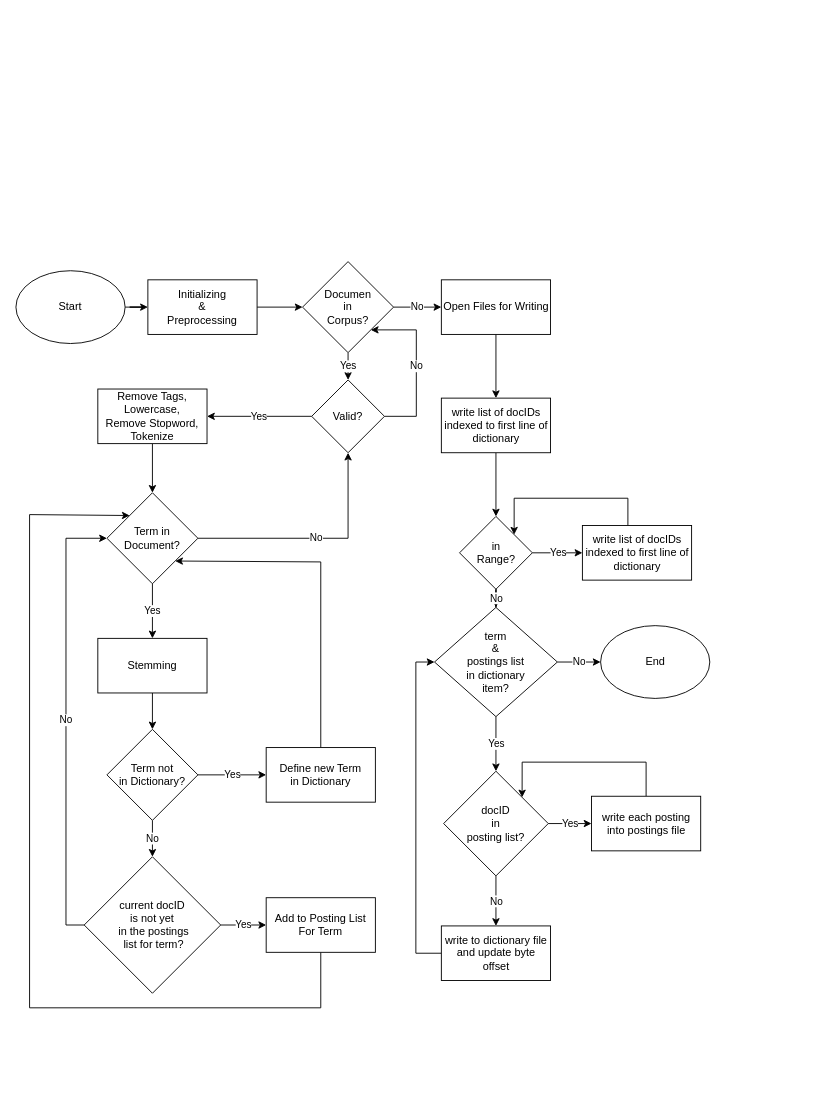
This is Index.drawio from eliteraihan/boolean-retrieval-engine, a draw.io file, before an edit. Source tidied: cells renumbered, new cells numbered last; positions are measured from the earlier drawing's top-left corner, leaving out a move shared by most shapes. Both pictures are drawn from the tidied source at 91%, with x=0, y=0 at pixel (15, 261).
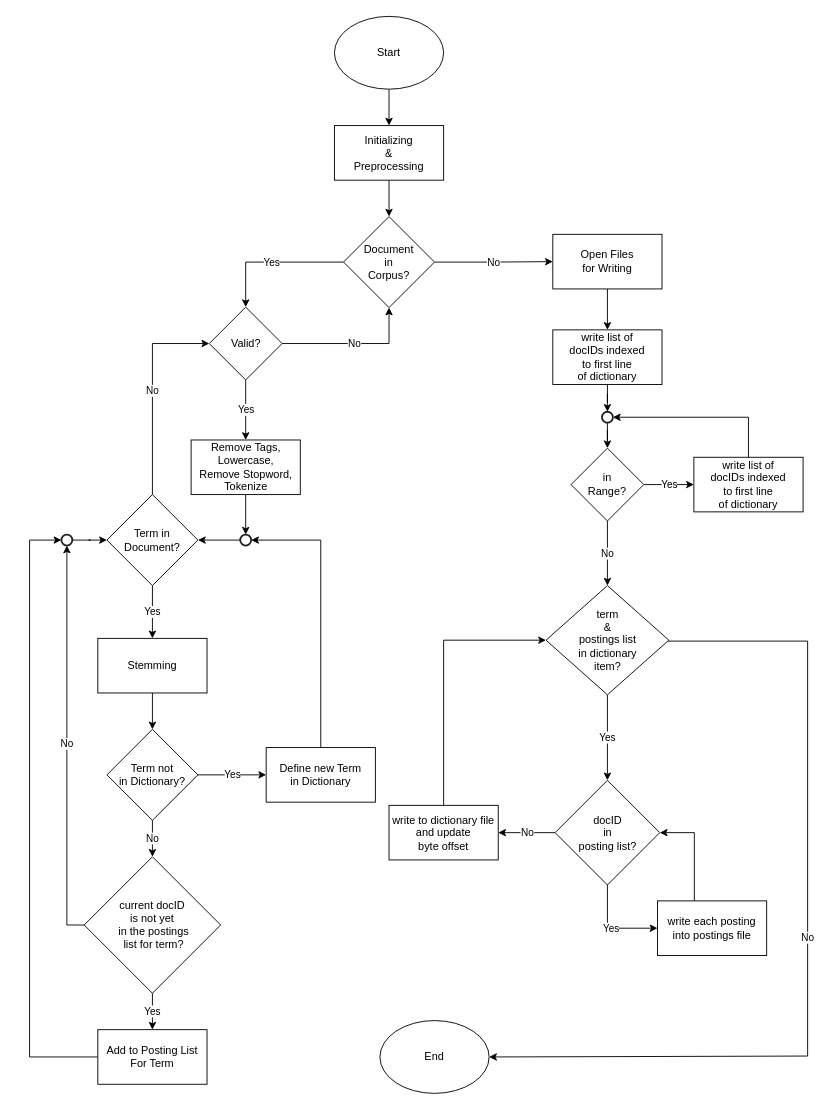
The same diagram, later.

The change refers to these unchanged cells:
```xml
<mxCell id="19" value="Define new Term&lt;br&gt;in Dictionary" style="rounded=0;whiteSpace=wrap;html=1;" parent="1" vertex="1">
  <mxGeometry x="275" y="534" width="120" height="60" as="geometry" />
</mxCell>
<mxCell id="22" value="current docID&lt;br&gt;is not yet&lt;br&gt;&amp;nbsp;in the postings&lt;br&gt;&amp;nbsp;list for term?" style="rhombus;whiteSpace=wrap;html=1;" parent="1" vertex="1">
  <mxGeometry x="75" y="654" width="150" height="150" as="geometry" />
</mxCell>
```

What changed in the source:
```diff
@@
     <mxCell id="3" value="Start" style="ellipse;whiteSpace=wrap;html=1;" parent="1" vertex="1">
-      <mxGeometry y="10" width="120" height="80" as="geometry" />
+      <mxGeometry x="350" y="-269.5" width="120" height="80" as="geometry" />
     </mxCell>
@@
     <mxCell id="5" value="Initializing&lt;br&gt;&amp;amp;&lt;br&gt;Preprocessing" style="rounded=0;whiteSpace=wrap;html=1;" parent="1" vertex="1">
-      <mxGeometry x="145" y="20" width="120" height="60" as="geometry" />
+      <mxGeometry x="350" y="-149.5" width="120" height="60" as="geometry" />
     </mxCell>
-    <mxCell id="6" value="Yes" style="edgeStyle=orthogonalEdgeStyle;rounded=0;jettySize=auto;html=1;" parent="1" edge="1" source="8" target="11">
-      <mxGeometry relative="1" as="geometry" />
+    <mxCell id="6" value="Yes" style="edgeStyle=orthogonalEdgeStyle;rounded=0;jettySize=auto;html=1;entryX=0.5;entryY=0;entryDx=0;entryDy=0;" parent="1" edge="1" source="8" target="11">
+      <mxGeometry relative="1" as="geometry">
+        <Array as="points">
+          <mxPoint x="252" />
+        </Array>
+      </mxGeometry>
     </mxCell>
@@
-    <mxCell id="8" value="Documen&lt;br&gt;in&lt;br&gt;Corpus?" style="rhombus;whiteSpace=wrap;html=1;" parent="1" vertex="1">
-      <mxGeometry x="315" width="100" height="100" as="geometry" />
+    <mxCell id="8" value="Document&lt;br&gt;in&lt;br&gt;Corpus?" style="rhombus;whiteSpace=wrap;html=1;" parent="1" vertex="1">
+      <mxGeometry x="360" y="-49.5" width="100" height="100" as="geometry" />
     </mxCell>
-    <mxCell id="9" value="Yes" style="edgeStyle=orthogonalEdgeStyle;rounded=0;jettySize=auto;html=1;" parent="1" edge="1" source="11" target="28">
+    <mxCell id="9" value="Yes" style="edgeStyle=orthogonalEdgeStyle;rounded=0;jettySize=auto;html=1;exitX=0.5;exitY=1;exitDx=0;exitDy=0;" parent="1" edge="1" source="11" target="28">
       <mxGeometry relative="1" as="geometry" />
     </mxCell>
-    <mxCell id="10" value="No" style="edgeStyle=orthogonalEdgeStyle;rounded=0;jettySize=auto;html=1;entryX=1;entryY=1;entryDx=0;entryDy=0;" parent="1" edge="1" source="11" target="8">
+    <mxCell id="10" value="No" style="edgeStyle=orthogonalEdgeStyle;rounded=0;jettySize=auto;html=1;entryX=0.5;entryY=1;entryDx=0;entryDy=0;" parent="1" edge="1" source="11" target="8">
       <mxGeometry relative="1" as="geometry">
         <Array as="points">
-          <mxPoint x="440" y="170" />
-          <mxPoint x="440" y="75" />
+          <mxPoint x="410" y="90" />
         </Array>
       </mxGeometry>
     </mxCell>
     <mxCell id="11" value="Valid?" style="rhombus;whiteSpace=wrap;html=1;" parent="1" vertex="1">
-      <mxGeometry x="325" y="130" width="80" height="80" as="geometry" />
+      <mxGeometry x="212.5" y="50" width="80" height="80" as="geometry" />
     </mxCell>
@@
-    <mxCell id="13" value="No" style="edgeStyle=orthogonalEdgeStyle;rounded=0;jettySize=auto;html=1;entryX=0.5;entryY=1;entryDx=0;entryDy=0;" parent="1" edge="1" source="14" target="11">
+    <mxCell id="13" value="No" style="edgeStyle=orthogonalEdgeStyle;rounded=0;jettySize=auto;html=1;entryX=0;entryY=0.5;entryDx=0;entryDy=0;exitX=0.5;exitY=0;exitDx=0;exitDy=0;" parent="1" edge="1" source="14" target="11">
       <mxGeometry relative="1" as="geometry" />
     </mxCell>
     <mxCell id="14" value="Term in&lt;br&gt;Document?" style="rhombus;whiteSpace=wrap;html=1;" parent="1" vertex="1">
-      <mxGeometry x="100" y="254" width="100" height="100" as="geometry" />
+      <mxGeometry x="100" y="256" width="100" height="100" as="geometry" />
     </mxCell>
@@
-    <mxCell id="18" style="edgeStyle=orthogonalEdgeStyle;rounded=0;jettySize=auto;html=1;entryX=1;entryY=1;entryDx=0;entryDy=0;" parent="1" edge="1" source="19" target="14">
+    <mxCell id="18" style="edgeStyle=orthogonalEdgeStyle;rounded=0;jettySize=auto;html=1;entryX=1;entryY=0.5;entryDx=0;entryDy=0;entryPerimeter=0;" parent="1" edge="1" source="19" target="52">
       <mxGeometry relative="1" as="geometry">
         <Array as="points">
-          <mxPoint x="335" y="330" />
+          <mxPoint x="335" y="306" />
         </Array>
       </mxGeometry>
     </mxCell>
@@
-    <mxCell id="21" value="No" style="edgeStyle=orthogonalEdgeStyle;rounded=0;jettySize=auto;html=1;entryX=0;entryY=0.5;entryDx=0;entryDy=0;" parent="1" edge="1" source="22" target="14">
+    <mxCell id="21" value="No" style="edgeStyle=orthogonalEdgeStyle;rounded=0;jettySize=auto;html=1;entryX=0.5;entryY=1;entryDx=0;entryDy=0;entryPerimeter=0;" parent="1" edge="1" source="22" target="50">
       <mxGeometry relative="1" as="geometry">
         <Array as="points">
-          <mxPoint x="55" y="729" />
-          <mxPoint x="55" y="304" />
+          <mxPoint x="56" y="729" />
         </Array>
       </mxGeometry>
     </mxCell>
@@
-    <mxCell id="23" style="edgeStyle=orthogonalEdgeStyle;rounded=0;jettySize=auto;html=1;entryX=0;entryY=0;entryDx=0;entryDy=0;" parent="1" edge="1" source="24" target="14">
+    <mxCell id="23" style="edgeStyle=orthogonalEdgeStyle;rounded=0;jettySize=auto;html=1;entryX=0;entryY=0.5;entryDx=0;entryDy=0;entryPerimeter=0;exitX=0;exitY=0.5;exitDx=0;exitDy=0;" parent="1" edge="1" source="24" target="50">
       <mxGeometry relative="1" as="geometry">
         <Array as="points">
-          <mxPoint x="335" y="820" />
-          <mxPoint x="15" y="820" />
-          <mxPoint x="15" y="278" />
+          <mxPoint x="15" y="874" />
+          <mxPoint x="15" y="306" />
         </Array>
       </mxGeometry>
     </mxCell>
     <mxCell id="24" value="Add to Posting List For Term" style="rounded=0;whiteSpace=wrap;html=1;" parent="1" vertex="1">
-      <mxGeometry x="275" y="699" width="120" height="60" as="geometry" />
+      <mxGeometry x="90" y="844" width="120" height="60" as="geometry" />
     </mxCell>
@@
-    <mxCell id="27" style="edgeStyle=orthogonalEdgeStyle;rounded=0;jettySize=auto;html=1;" parent="1" edge="1" source="28" target="14">
-      <mxGeometry relative="1" as="geometry" />
+    <mxCell id="27" style="edgeStyle=orthogonalEdgeStyle;rounded=0;jettySize=auto;html=1;entryX=0.5;entryY=0;entryDx=0;entryDy=0;entryPerimeter=0;exitX=0.5;exitY=1;exitDx=0;exitDy=0;" parent="1" edge="1" source="28" target="52">
+      <mxGeometry relative="1" as="geometry">
+        <Array as="points">
+          <mxPoint x="252" y="300" />
+          <mxPoint x="252" y="300" />
+        </Array>
+      </mxGeometry>
     </mxCell>
     <mxCell id="28" value="Remove Tags,&lt;br&gt;Lowercase,&lt;br&gt;Remove Stopword,&lt;br&gt;Tokenize" style="rounded=0;whiteSpace=wrap;html=1;" parent="1" vertex="1">
-      <mxGeometry x="90" y="140" width="120" height="60" as="geometry" />
+      <mxGeometry x="192.5" y="196" width="120" height="60" as="geometry" />
     </mxCell>
@@
-    <mxCell id="30" value="Open Files for Writing" style="rounded=0;whiteSpace=wrap;html=1;" parent="1" vertex="1">
-      <mxGeometry x="467.5" y="20" width="120" height="60" as="geometry" />
+    <mxCell id="30" value="Open Files&lt;br&gt;for Writing" style="rounded=0;whiteSpace=wrap;html=1;" parent="1" vertex="1">
+      <mxGeometry x="590" y="-30" width="120" height="60" as="geometry" />
     </mxCell>
-    <mxCell id="31" style="edgeStyle=orthogonalEdgeStyle;rounded=0;jettySize=auto;html=1;" parent="1" edge="1" source="32" target="35">
+    <mxCell id="31" style="edgeStyle=orthogonalEdgeStyle;rounded=0;jettySize=auto;html=1;entryX=0;entryY=0.5;entryDx=0;entryDy=0;entryPerimeter=0;" parent="1" edge="1" source="32" target="54">
       <mxGeometry relative="1" as="geometry" />
     </mxCell>
-    <mxCell id="32" value="write list of docIDs indexed to first line of dictionary&lt;br&gt;" style="rounded=0;whiteSpace=wrap;html=1;" parent="1" vertex="1">
-      <mxGeometry x="467.5" y="150" width="120" height="60" as="geometry" />
+    <mxCell id="32" value="write list of&lt;br&gt;docIDs indexed&lt;br&gt;to first line&lt;br&gt;of dictionary" style="rounded=0;whiteSpace=wrap;html=1;" parent="1" vertex="1">
+      <mxGeometry x="590" y="75" width="120" height="60" as="geometry" />
     </mxCell>
@@
     <mxCell id="35" value="in&lt;br&gt;Range?" style="rhombus;whiteSpace=wrap;html=1;" parent="1" vertex="1">
-      <mxGeometry x="487.5" y="280" width="80" height="80" as="geometry" />
+      <mxGeometry x="610" y="205" width="80" height="80" as="geometry" />
     </mxCell>
-    <mxCell id="36" style="edgeStyle=orthogonalEdgeStyle;rounded=0;jettySize=auto;html=1;entryX=1;entryY=0;entryDx=0;entryDy=0;" parent="1" edge="1" source="37" target="35">
+    <mxCell id="36" style="edgeStyle=orthogonalEdgeStyle;rounded=0;jettySize=auto;html=1;entryX=0.5;entryY=0;entryDx=0;entryDy=0;entryPerimeter=0;" parent="1" edge="1" source="37" target="54">
       <mxGeometry relative="1" as="geometry">
         <Array as="points">
-          <mxPoint x="672.5" y="260" />
-          <mxPoint x="547.5" y="260" />
+          <mxPoint x="804.5" y="171" />
         </Array>
       </mxGeometry>
     </mxCell>
-    <mxCell id="37" value="write list of docIDs indexed to first line of dictionary&lt;br&gt;" style="rounded=0;whiteSpace=wrap;html=1;" parent="1" vertex="1">
-      <mxGeometry x="622.5" y="290" width="120" height="60" as="geometry" />
+    <mxCell id="37" value="write list of&lt;br&gt;docIDs indexed&lt;br&gt;to first line&lt;br&gt;of dictionary" style="rounded=0;whiteSpace=wrap;html=1;" parent="1" vertex="1">
+      <mxGeometry x="745" y="215" width="120" height="60" as="geometry" />
     </mxCell>
@@
-    <mxCell id="39" value="No" style="edgeStyle=orthogonalEdgeStyle;rounded=0;jettySize=auto;html=1;" parent="1" edge="1" source="40" target="46">
-      <mxGeometry relative="1" as="geometry" />
+    <mxCell id="39" value="No" style="edgeStyle=orthogonalEdgeStyle;rounded=0;jettySize=auto;html=1;entryX=1;entryY=0.5;entryDx=0;entryDy=0;" parent="1" edge="1" source="40" target="46">
+      <mxGeometry relative="1" as="geometry">
+        <Array as="points">
+          <mxPoint x="870" y="417" />
+          <mxPoint x="870" y="873" />
+        </Array>
+      </mxGeometry>
     </mxCell>
     <mxCell id="40" value="term&lt;br&gt;&amp;amp;&lt;br&gt;postings list&lt;br&gt;in dictionary&lt;br&gt;item?" style="rhombus;whiteSpace=wrap;html=1;" parent="1" vertex="1">
-      <mxGeometry x="460" y="380" width="135" height="120" as="geometry" />
+      <mxGeometry x="582.5" y="356" width="135" height="120" as="geometry" />
     </mxCell>
-    <mxCell id="41" value="Yes" style="edgeStyle=orthogonalEdgeStyle;rounded=0;jettySize=auto;html=1;" parent="1" edge="1" source="43" target="45">
-      <mxGeometry relative="1" as="geometry">
-        <Array as="points">
-          <mxPoint x="682.5" y="605" />
-        </Array>
-      </mxGeometry>
+    <mxCell id="41" value="Yes" style="edgeStyle=orthogonalEdgeStyle;rounded=0;jettySize=auto;html=1;entryX=0;entryY=0.5;entryDx=0;entryDy=0;" parent="1" edge="1" source="43" target="45">
+      <mxGeometry relative="1" as="geometry" />
     </mxCell>
@@
     <mxCell id="43" value="docID&lt;br&gt;in&lt;br&gt;posting list?" style="rhombus;whiteSpace=wrap;html=1;" parent="1" vertex="1">
-      <mxGeometry x="470" y="560" width="115" height="115" as="geometry" />
+      <mxGeometry x="592.5" y="570" width="115" height="115" as="geometry" />
     </mxCell>
-    <mxCell id="44" style="edgeStyle=orthogonalEdgeStyle;rounded=0;jettySize=auto;html=1;entryX=1;entryY=0;entryDx=0;entryDy=0;" parent="1" edge="1" source="45" target="43">
+    <mxCell id="44" style="edgeStyle=orthogonalEdgeStyle;rounded=0;jettySize=auto;html=1;entryX=1;entryY=0.5;entryDx=0;entryDy=0;" parent="1" edge="1" source="45" target="43">
       <mxGeometry relative="1" as="geometry">
         <Array as="points">
-          <mxPoint x="692.5" y="550" />
-          <mxPoint x="556.5" y="550" />
+          <mxPoint x="745.5" y="627.5" />
         </Array>
       </mxGeometry>
     </mxCell>
     <mxCell id="45" value="write each posting into postings file&lt;br&gt;" style="rounded=0;whiteSpace=wrap;html=1;" parent="1" vertex="1">
-      <mxGeometry x="632.5" y="587.5" width="120" height="60" as="geometry" />
+      <mxGeometry x="705" y="702.5" width="120" height="60" as="geometry" />
     </mxCell>
     <mxCell id="46" value="End" style="ellipse;whiteSpace=wrap;html=1;" parent="1" vertex="1">
-      <mxGeometry x="642.5" y="400" width="120" height="80" as="geometry" />
+      <mxGeometry x="400" y="834" width="120" height="80" as="geometry" />
     </mxCell>
-    <mxCell id="47" style="edgeStyle=orthogonalEdgeStyle;rounded=0;jettySize=auto;html=1;entryX=0;entryY=0.5;entryDx=0;entryDy=0;" parent="1" edge="1" source="48" target="40">
+    <mxCell id="47" style="edgeStyle=orthogonalEdgeStyle;rounded=0;jettySize=auto;html=1;entryX=0;entryY=0.5;entryDx=0;entryDy=0;exitX=0.5;exitY=0;exitDx=0;exitDy=0;" parent="1" edge="1" source="48" target="40">
       <mxGeometry relative="1" as="geometry">
         <Array as="points">
-          <mxPoint x="439.5" y="760" />
-          <mxPoint x="439.5" y="440" />
+          <mxPoint x="469.5" y="416" />
         </Array>
       </mxGeometry>
     </mxCell>
-    <mxCell id="48" value="write to dictionary file and update byte offset&lt;br&gt;" style="rounded=0;whiteSpace=wrap;html=1;" parent="1" vertex="1">
-      <mxGeometry x="467.5" y="730" width="120" height="60" as="geometry" />
+    <mxCell id="48" value="write to dictionary file and update&lt;br&gt;byte offset" style="rounded=0;whiteSpace=wrap;html=1;" parent="1" vertex="1">
+      <mxGeometry x="410" y="597.5" width="120" height="60" as="geometry" />
     </mxCell>
+    <mxCell id="49" style="edgeStyle=orthogonalEdgeStyle;rounded=0;jettySize=auto;html=1;entryX=0;entryY=0.5;entryDx=0;entryDy=0;" parent="1" edge="1" source="50" target="14">
+      <mxGeometry relative="1" as="geometry" />
+    </mxCell>
+    <mxCell id="50" style="html=1;verticalLabelPosition=bottom;labelBackgroundColor=#ffffff;verticalAlign=top;shadow=0;dashed=0;strokeWidth=2;shape=mxgraph.ios7.misc.circle;strokeColor=#222222;fillColor=none;" parent="1" vertex="1">
+      <mxGeometry x="50" y="300" width="12" height="12" as="geometry" />
+    </mxCell>
+    <mxCell id="51" style="edgeStyle=orthogonalEdgeStyle;rounded=0;jettySize=auto;html=1;entryX=1;entryY=0.5;entryDx=0;entryDy=0;" parent="1" edge="1" source="52" target="14">
+      <mxGeometry relative="1" as="geometry" />
+    </mxCell>
+    <mxCell id="52" style="html=1;verticalLabelPosition=bottom;labelBackgroundColor=#ffffff;verticalAlign=top;shadow=0;dashed=0;strokeWidth=2;shape=mxgraph.ios7.misc.circle;strokeColor=#222222;fillColor=none;" parent="1" vertex="1">
+      <mxGeometry x="246.5" y="300" width="12" height="12" as="geometry" />
+    </mxCell>
+    <mxCell id="53" style="edgeStyle=orthogonalEdgeStyle;rounded=0;jettySize=auto;html=1;entryX=0.5;entryY=0;entryDx=0;entryDy=0;" parent="1" edge="1" source="54" target="35">
+      <mxGeometry relative="1" as="geometry" />
+    </mxCell>
+    <mxCell id="54" style="html=1;verticalLabelPosition=bottom;labelBackgroundColor=#ffffff;verticalAlign=top;shadow=0;dashed=0;strokeWidth=2;shape=mxgraph.ios7.misc.circle;strokeColor=#222222;fillColor=none;direction=south;" parent="1" vertex="1">
+      <mxGeometry x="644" y="165" width="12" height="12" as="geometry" />
+    </mxCell>
```
